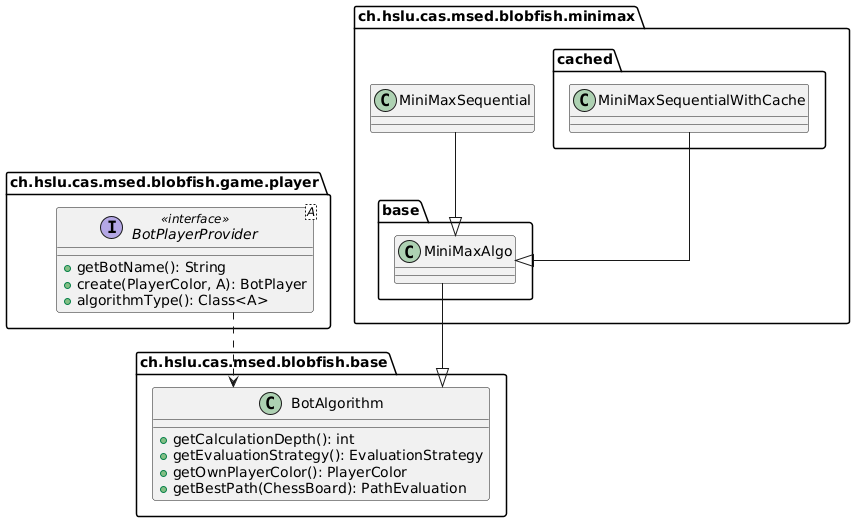
Above: docs/generated-diagrams/minimax-code.png in l2c0r3/blobfish (PlantUML), before the change. Its diagram source:
```plantuml
@startuml

top to bottom direction
set namespaceSeparator none
skinparam linetype ortho

package "ch.hslu.cas.msed.blobfish.base" {
    class BotAlgorithm {
      + getCalculationDepth(): int
      + getEvaluationStrategy(): EvaluationStrategy
      + getOwnPlayerColor(): PlayerColor
      + getBestPath(ChessBoard): PathEvaluation
    }
}

package "ch.hslu.cas.msed.blobfish.game.player" {
    interface BotPlayerProvider<A> << interface >> {
      + getBotName(): String
      + create(PlayerColor, A): BotPlayer
      + algorithmType(): Class<A>
    }
}

package "ch.hslu.cas.msed.blobfish.minimax" {
    package "base" {
        class MiniMaxAlgo {}
    }

    package "cached" {
        class MiniMaxSequentialWithCache {
        }
    }
    class MiniMaxSequential {
    }
}

BotPlayerProvider                    -[dashed]->  BotAlgorithm
MiniMaxAlgo                          -[plain]-^  BotAlgorithm
MiniMaxSequential                    -[plain]-^  MiniMaxAlgo
MiniMaxSequentialWithCache           -[plain]-^  MiniMaxAlgo

@enduml
```
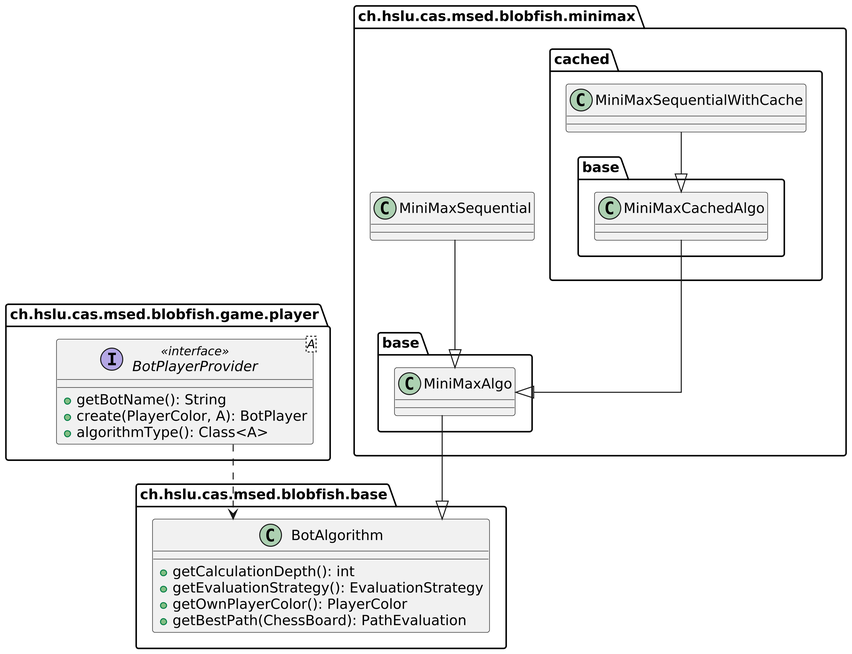
After the change.

Change to the diagram source:
```diff
@@ -1,4 +1,5 @@
 @startuml
+skinparam dpi 300
 
 top to bottom direction
 set namespaceSeparator none
@@ -27,6 +28,9 @@
     }
 
     package "cached" {
+        package "base" as cachedBased {
+            class MiniMaxCachedAlgo {}
+        }
         class MiniMaxSequentialWithCache {
         }
     }
@@ -37,6 +41,7 @@
 BotPlayerProvider                    -[dashed]->  BotAlgorithm
 MiniMaxAlgo                          -[plain]-^  BotAlgorithm
 MiniMaxSequential                    -[plain]-^  MiniMaxAlgo
-MiniMaxSequentialWithCache           -[plain]-^  MiniMaxAlgo
+MiniMaxCachedAlgo                    -[plain]-^  MiniMaxAlgo
+MiniMaxSequentialWithCache           -[plain]-^  MiniMaxCachedAlgo
 
 @enduml
```
